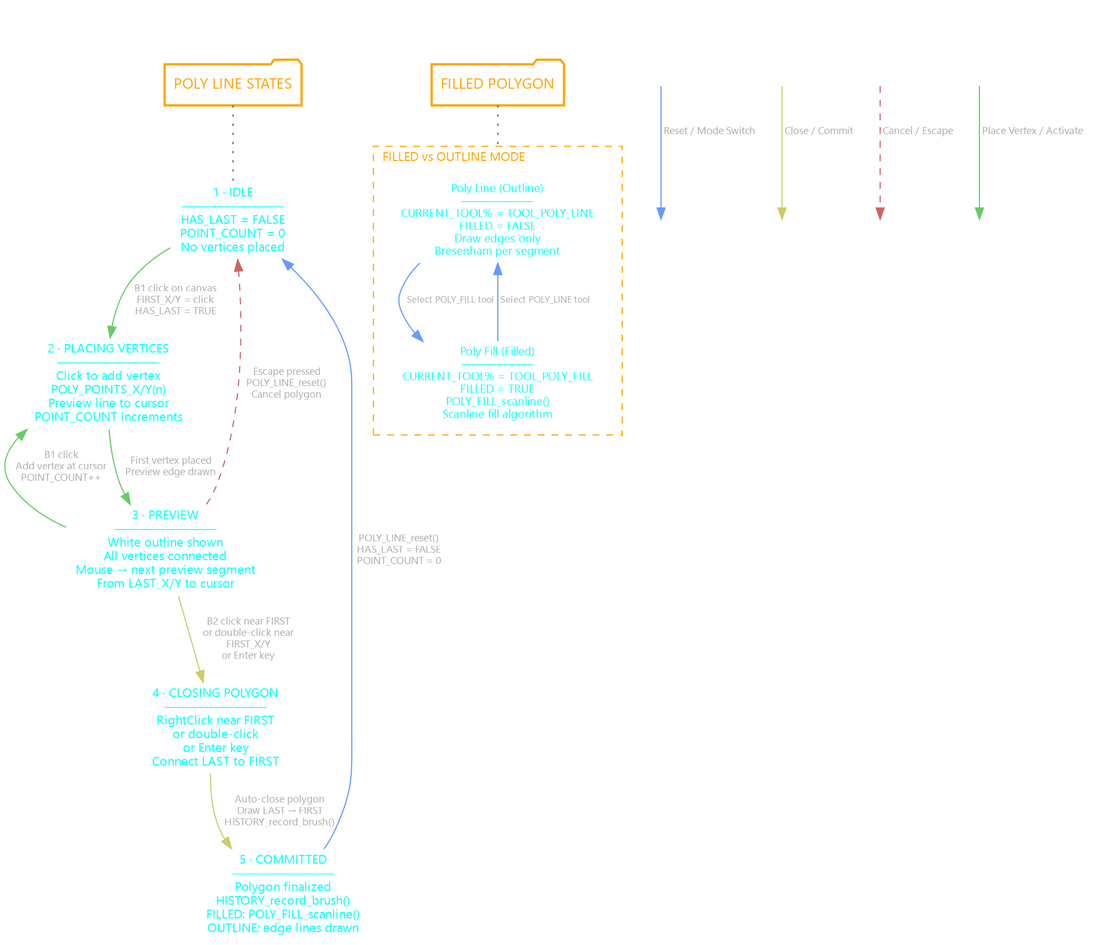
The Graphviz diagram PLANS/diagrams/TOOLS/POLY-LINE-STATES.png in grymmjack/DRAW, before a commit. Its source is kept beside it as PLANS/diagrams/TOOLS/POLY-LINE-STATES.DOT. Source of this version:
```dot
digraph POLY_LINE_TOOL {
    label="POLY LINE / FILLED POLYGON TOOL STATE MACHINE" labelloc=t labeljust=c
    ordering=out rankdir=TB
    fontcolor=white fontsize=24.0 fontname="Cascadia Code PL"
    splines=true compound=true
    bgcolor=transparent
    edge [
        color=gray fontcolor="#aaaaaa" fontsize=9.0
        fontname="Cascadia Code PL"
    ];
    node [
        color=white shape=rect style=""
        fontname="Cascadia Code PL" fontsize=11.0 fontcolor=cyan
    ];

    { node [shape=folder color=orange penwidth=2 fontcolor=orange fontsize=13.0];
        MAIN [label="POLY LINE STATES"];
        FILL_F [label="FILLED POLYGON"];
    }

    S_IDLE [label="1 · IDLE\n─────────────────\nHAS_LAST = FALSE\nPOINT_COUNT = 0\nNo vertices placed"];
    S_PLACING [label="2 · PLACING VERTICES\n─────────────────\nClick to add vertex\nPOLY_POINTS_X/Y(n)\nPreview line to cursor\nPOINT_COUNT increments"];
    S_PREVIEW [label="3 · PREVIEW\n─────────────────\nWhite outline shown\nAll vertices connected\nMouse → next preview segment\nFrom LAST_X/Y to cursor"];
    S_CLOSING [label="4 · CLOSING POLYGON\n─────────────────\nRightClick near FIRST\nor double-click\nor Enter key\nConnect LAST to FIRST"];
    S_COMMITTED [label="5 · COMMITTED\n─────────────────\nPolygon finalized\nHISTORY_record_brush()\nFILLED: POLY_FILL_scanline()\nOUTLINE: edge lines drawn"];

    S_IDLE -> S_PLACING [label="  B1 click on canvas\n  FIRST_X/Y = click\n  HAS_LAST = TRUE" color="#66cc66"];
    S_PLACING -> S_PREVIEW [label="  First vertex placed\n  Preview edge drawn" color="#66cc66"];
    S_PREVIEW -> S_PLACING [label="  B1 click\n  Add vertex at cursor\n  POINT_COUNT++" color="#66cc66"];
    S_PREVIEW -> S_CLOSING [label="  B2 click near FIRST\n  or double-click near\n  FIRST_X/Y\n  or Enter key" color="#cccc66"];
    S_CLOSING -> S_COMMITTED [label="  Auto-close polygon\n  Draw LAST → FIRST\n  HISTORY_record_brush()" color="#cccc66"];
    S_COMMITTED -> S_IDLE [label="  POLY_LINE_reset()\n  HAS_LAST = FALSE\n  POINT_COUNT = 0" color="#6699ff"];
    S_PREVIEW -> S_IDLE [label="  Escape pressed\n  POLY_LINE_reset()\n  Cancel polygon" color="#cc6666" style=dashed];

    subgraph cluster_filled {
        label="FILLED vs OUTLINE MODE" labelloc=t labeljust=l
        fontcolor=orange fontsize=11.0 fontname="Cascadia Code PL"
        color=orange style=dashed penwidth=1

        FM_OUTLINE [label="Poly Line (Outline)\n────────────\nCURRENT_TOOL% = TOOL_POLY_LINE\nFILLED = FALSE\nDraw edges only\nBresenham per segment" fontsize=10.0];
        FM_FILLED [label="Poly Fill (Filled)\n────────────\nCURRENT_TOOL% = TOOL_POLY_FILL\nFILLED = TRUE\nPOLY_FILL_scanline()\nScanline fill algorithm" fontsize=10.0];

        FM_OUTLINE -> FM_FILLED [label=" Select POLY_FILL tool" color="#6699ff" fontsize=8.0];
        FM_FILLED -> FM_OUTLINE [label=" Select POLY_LINE tool" color="#6699ff" fontsize=8.0];
    }

    MAIN -> S_IDLE [arrowhead=none color="#555555" style=dotted];
    FILL_F -> FM_OUTLINE [arrowhead=none color="#555555" style=dotted lhead=cluster_filled];
    { rank=min; MAIN; FILL_F }

    subgraph cluster_legend {
        label="LEGEND" labelloc=t labeljust=l
        fontcolor=white fontsize=11.0 fontname="Cascadia Code PL"
        color=white style=dashed penwidth=1
        L1 [label="" shape=point width=0.01]; L2 [label="" shape=point width=0.01];
        L3 [label="" shape=point width=0.01]; L4 [label="" shape=point width=0.01];
        L5 [label="" shape=point width=0.01]; L6 [label="" shape=point width=0.01];
        L7 [label="" shape=point width=0.01]; L8 [label="" shape=point width=0.01];
        L1 -> L2 [label=" Place Vertex / Activate" arrowhead=normal color="#66cc66" fontsize=9.0];
        L3 -> L4 [label=" Cancel / Escape" arrowhead=normal color="#cc6666" style=dashed fontsize=9.0];
        L5 -> L6 [label=" Close / Commit" arrowhead=normal color="#cccc66" fontsize=9.0];
        L7 -> L8 [label=" Reset / Mode Switch" arrowhead=normal color="#6699ff" fontsize=9.0];
    }
}
```
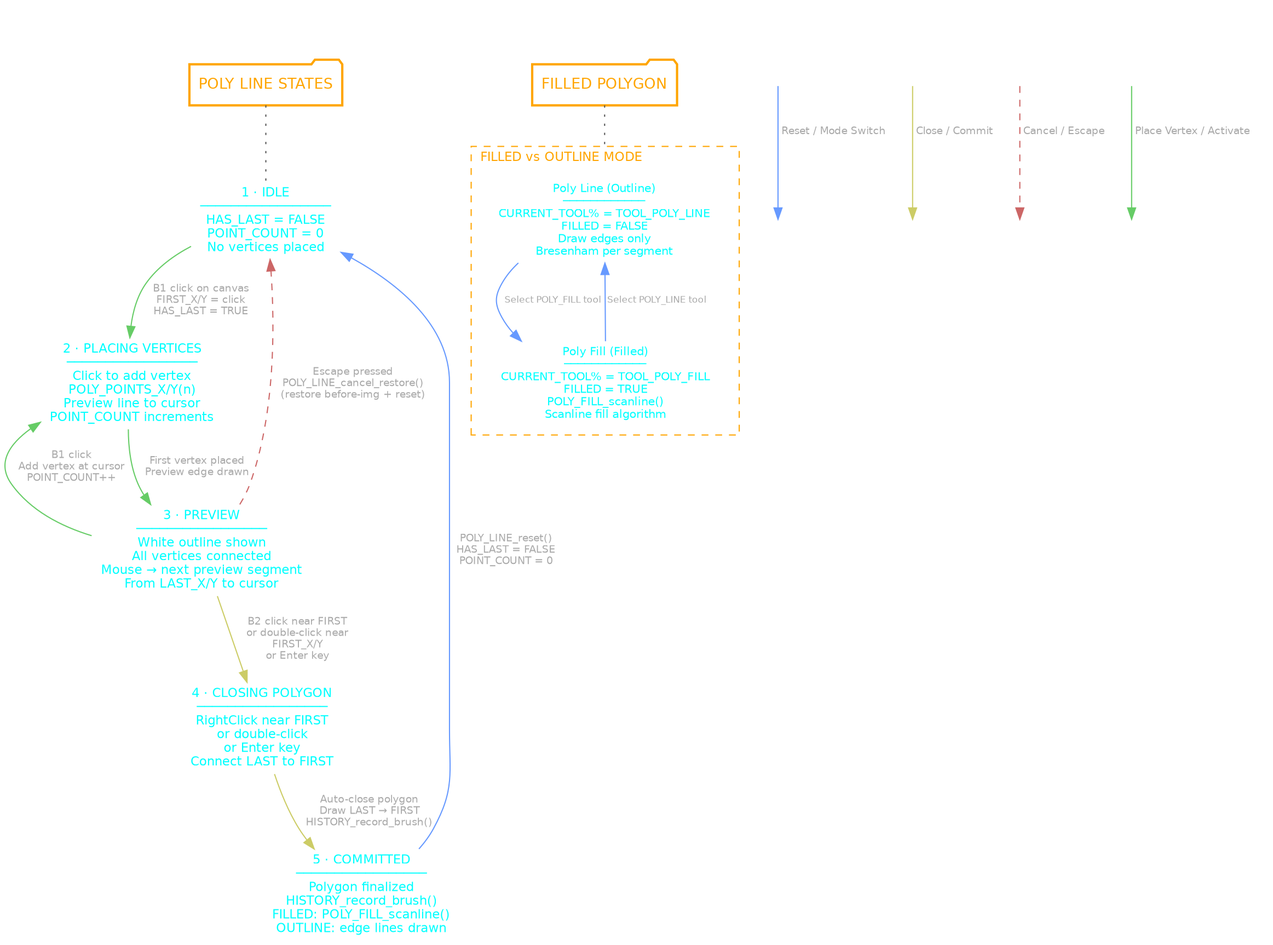
The same diagram one commit later.

Diff of the diagram source:
```diff
@@ -30,7 +30,7 @@
     S_PREVIEW -> S_CLOSING [label="  B2 click near FIRST\n  or double-click near\n  FIRST_X/Y\n  or Enter key" color="#cccc66"];
     S_CLOSING -> S_COMMITTED [label="  Auto-close polygon\n  Draw LAST → FIRST\n  HISTORY_record_brush()" color="#cccc66"];
     S_COMMITTED -> S_IDLE [label="  POLY_LINE_reset()\n  HAS_LAST = FALSE\n  POINT_COUNT = 0" color="#6699ff"];
-    S_PREVIEW -> S_IDLE [label="  Escape pressed\n  POLY_LINE_reset()\n  Cancel polygon" color="#cc6666" style=dashed];
+    S_PREVIEW -> S_IDLE [label="  Escape pressed\n  POLY_LINE_cancel_restore()\n  (restore before-img + reset)" color="#cc6666" style=dashed];
 
     subgraph cluster_filled {
         label="FILLED vs OUTLINE MODE" labelloc=t labeljust=l
```
